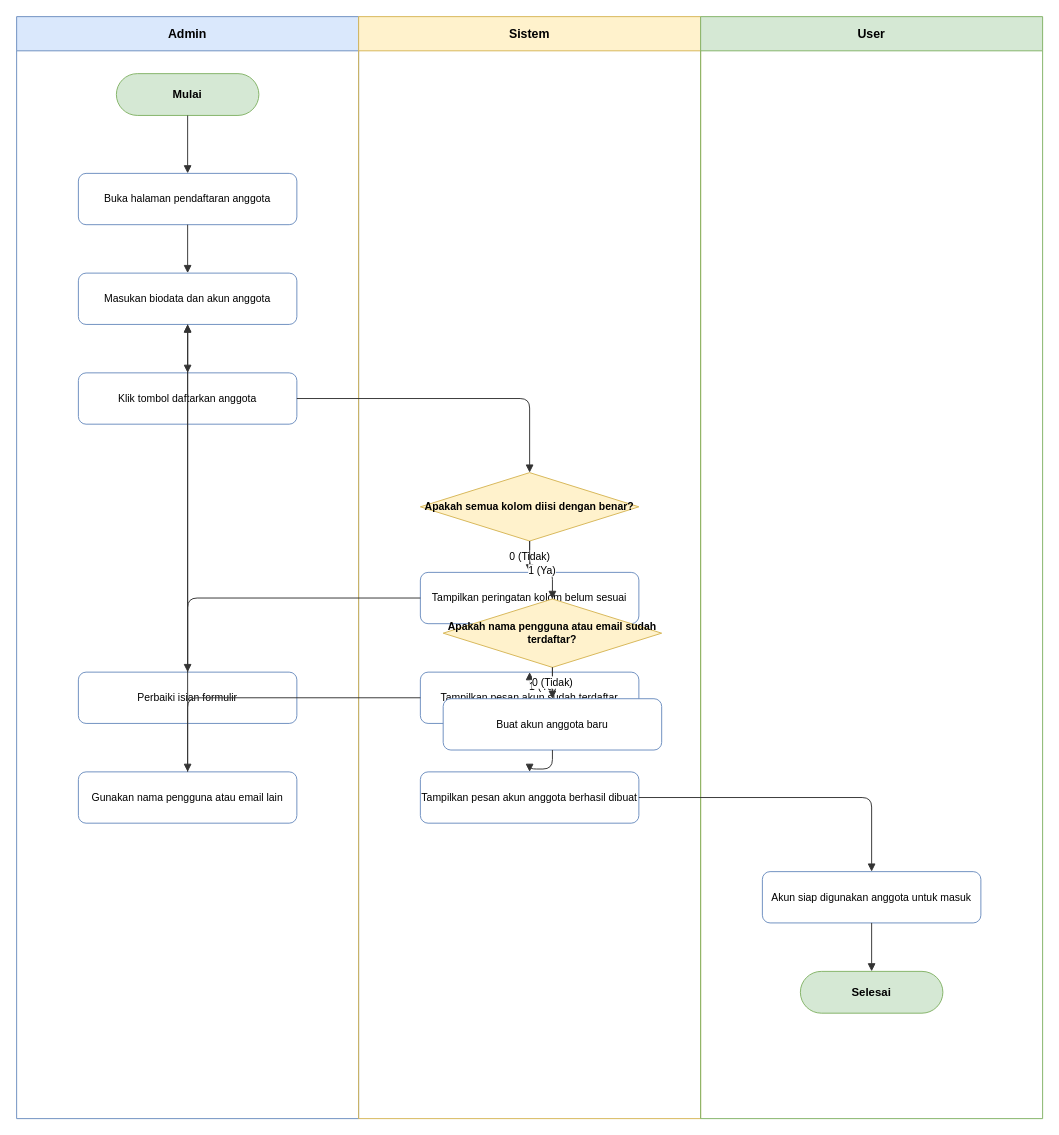
Before: docs/diagrams/activity/activity-register.drawio in dimstyle/ruang-baca, a draw.io diagram. Source tidied: cells renumbered, new cells numbered last; positions are measured from the earlier drawing's top-left corner, leaving out a move shared by most shapes. Both pictures are drawn from the tidied source at 95%, with x=0, y=0 at pixel (16, 16).
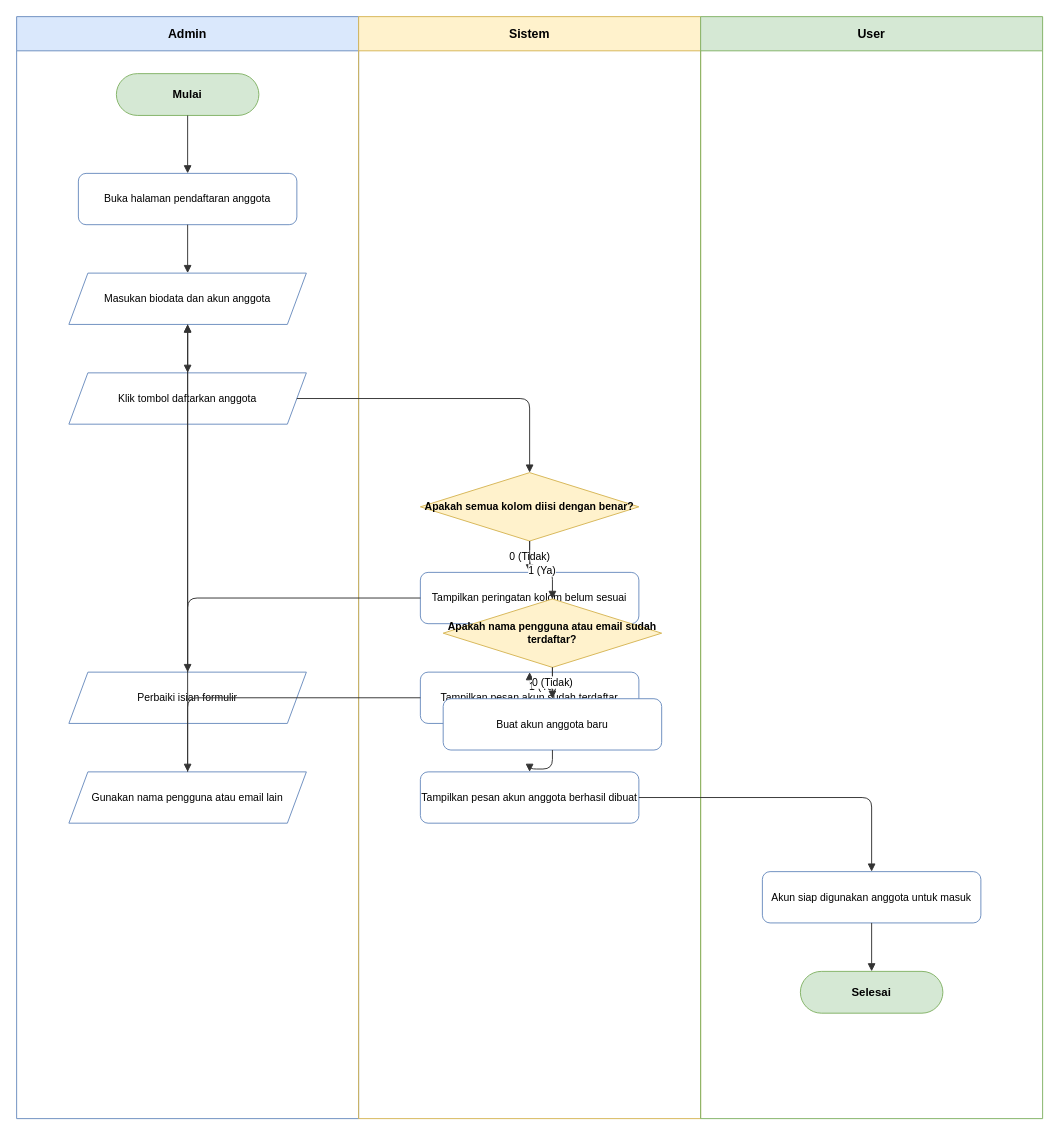
The same page after the edit.

The change refers to these unchanged cells:
```xml
<mxCell id="2" value="Admin" style="swimlane;whiteSpace=wrap;html=1;startSize=36;fillColor=#dae8fc;strokeColor=#6c8ebf;fontStyle=1;fontSize=13;" parent="1" vertex="1">
  <mxGeometry width="360" height="1160" as="geometry" />
</mxCell>
```

The edit, as a diff of the source:
```diff
@@
-    <mxCell id="7" value="Masukan biodata dan akun anggota" style="rounded=1;whiteSpace=wrap;html=1;fillColor=#ffffff;strokeColor=#6c8ebf;fontSize=11;" parent="2" vertex="1">
-      <mxGeometry x="65" y="270" width="230" height="54" as="geometry" />
+    <mxCell id="7" value="Masukan biodata dan akun anggota" style="shape=parallelogram;perimeter=parallelogramPerimeter;whiteSpace=wrap;html=1;fixedSize=1;fillColor=#ffffff;strokeColor=#6c8ebf;fontSize=11;" parent="2" vertex="1">
+      <mxGeometry x="55" y="270" width="250" height="54" as="geometry" />
     </mxCell>
-    <mxCell id="8" value="Klik tombol daftarkan anggota" style="rounded=1;whiteSpace=wrap;html=1;fillColor=#ffffff;strokeColor=#6c8ebf;fontSize=11;" parent="2" vertex="1">
-      <mxGeometry x="65" y="375" width="230" height="54" as="geometry" />
+    <mxCell id="8" value="Klik tombol daftarkan anggota" style="shape=parallelogram;perimeter=parallelogramPerimeter;whiteSpace=wrap;html=1;fixedSize=1;fillColor=#ffffff;strokeColor=#6c8ebf;fontSize=11;" parent="2" vertex="1">
+      <mxGeometry x="55" y="375" width="250" height="54" as="geometry" />
     </mxCell>
-    <mxCell id="9" value="Perbaiki isian formulir" style="rounded=1;whiteSpace=wrap;html=1;fillColor=#ffffff;strokeColor=#6c8ebf;fontSize=11;" parent="2" vertex="1">
-      <mxGeometry x="65" y="690" width="230" height="54" as="geometry" />
+    <mxCell id="9" value="Perbaiki isian formulir" style="shape=parallelogram;perimeter=parallelogramPerimeter;whiteSpace=wrap;html=1;fixedSize=1;fillColor=#ffffff;strokeColor=#6c8ebf;fontSize=11;" parent="2" vertex="1">
+      <mxGeometry x="55" y="690" width="250" height="54" as="geometry" />
     </mxCell>
-    <mxCell id="10" value="Gunakan nama pengguna atau email lain" style="rounded=1;whiteSpace=wrap;html=1;fillColor=#ffffff;strokeColor=#6c8ebf;fontSize=11;" parent="2" vertex="1">
-      <mxGeometry x="65" y="795" width="230" height="54" as="geometry" />
+    <mxCell id="10" value="Gunakan nama pengguna atau email lain" style="shape=parallelogram;perimeter=parallelogramPerimeter;whiteSpace=wrap;html=1;fixedSize=1;fillColor=#ffffff;strokeColor=#6c8ebf;fontSize=11;" parent="2" vertex="1">
+      <mxGeometry x="55" y="795" width="250" height="54" as="geometry" />
     </mxCell>
```
